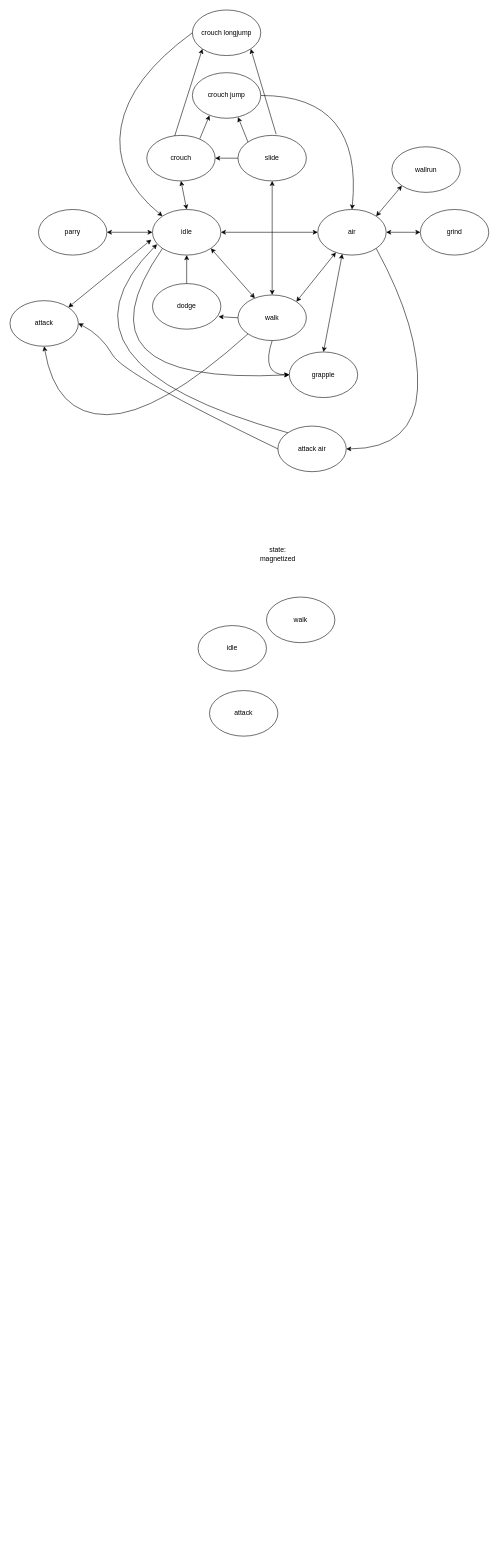
Before: page "State Mashine" (5 of 6) of Flowcharts&Diagrams.drawio in SockSteve/IAmUsingForce, a draw.io diagram. Source tidied: cells renumbered, new cells numbered last; positions are measured from the earlier drawing's top-left corner, leaving out a move shared by most shapes. Both pictures are drawn from the tidied source at 57%, with x=0, y=0 at pixel (10, 10).
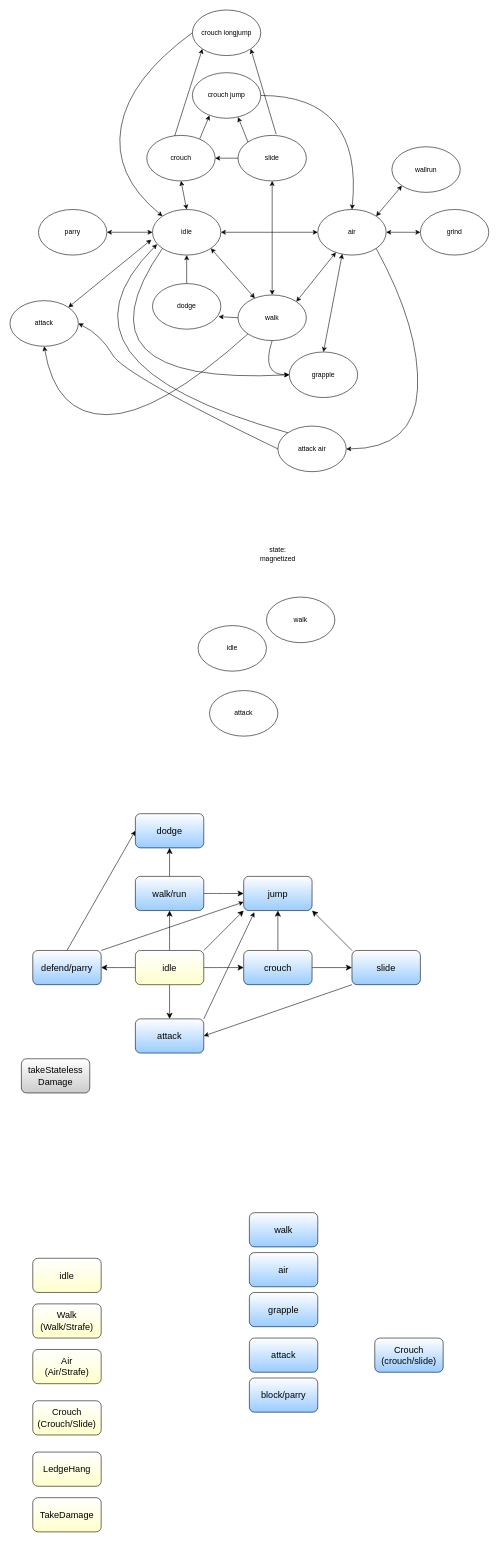
After the change.

Diff of the diagram source:
```diff
@@
+    <mxCell id="45" style="edgeStyle=none;curved=1;rounded=0;jettySize=auto;html=1;exitX=1;exitY=0;exitDx=0;exitDy=0;entryX=0;entryY=1;entryDx=0;entryDy=0;fontSize=12;startSize=8;endSize=8;" parent="1" edge="1" source="50" target="65">
+      <mxGeometry relative="1" as="geometry" />
+    </mxCell>
+    <mxCell id="46" style="edgeStyle=none;curved=1;rounded=0;jettySize=auto;html=1;exitX=0.5;exitY=1;exitDx=0;exitDy=0;entryX=0.5;entryY=0;entryDx=0;entryDy=0;fontSize=12;startSize=8;endSize=8;" parent="1" edge="1" source="50" target="57">
+      <mxGeometry relative="1" as="geometry" />
+    </mxCell>
+    <mxCell id="47" style="edgeStyle=none;curved=1;rounded=0;jettySize=auto;html=1;exitX=0;exitY=0.5;exitDx=0;exitDy=0;entryX=1;entryY=0.5;entryDx=0;entryDy=0;fontSize=12;startSize=8;endSize=8;" parent="1" edge="1" source="50" target="60">
+      <mxGeometry relative="1" as="geometry" />
+    </mxCell>
+    <mxCell id="48" style="edgeStyle=none;curved=1;rounded=0;jettySize=auto;html=1;exitX=1;exitY=0.5;exitDx=0;exitDy=0;fontSize=12;startSize=8;endSize=8;" parent="1" edge="1" source="50" target="56">
+      <mxGeometry relative="1" as="geometry" />
+    </mxCell>
+    <mxCell id="49" style="edgeStyle=none;curved=1;rounded=0;jettySize=auto;html=1;exitX=0.5;exitY=0;exitDx=0;exitDy=0;entryX=0.5;entryY=1;entryDx=0;entryDy=0;fontSize=12;startSize=8;endSize=8;" parent="1" edge="1" source="50" target="53">
+      <mxGeometry relative="1" as="geometry" />
+    </mxCell>
+    <mxCell id="50" value="idle" style="rounded=1;whiteSpace=wrap;html=1;fontSize=16;gradientColor=#FFFFCC;" parent="1" vertex="1">
+      <mxGeometry x="220" y="1650" width="120" height="60" as="geometry" />
+    </mxCell>
+    <mxCell id="51" style="edgeStyle=none;curved=1;rounded=0;jettySize=auto;html=1;exitX=1;exitY=0.5;exitDx=0;exitDy=0;entryX=0;entryY=0.5;entryDx=0;entryDy=0;fontSize=12;startSize=8;endSize=8;" parent="1" edge="1" source="53" target="65">
+      <mxGeometry relative="1" as="geometry" />
+    </mxCell>
+    <mxCell id="52" style="edgeStyle=none;curved=1;rounded=0;jettySize=auto;html=1;exitX=0.5;exitY=0;exitDx=0;exitDy=0;entryX=0.5;entryY=1;entryDx=0;entryDy=0;fontSize=12;startSize=8;endSize=8;" parent="1" edge="1" source="53" target="61">
+      <mxGeometry relative="1" as="geometry" />
+    </mxCell>
+    <mxCell id="53" value="walk/run" style="rounded=1;whiteSpace=wrap;html=1;fontSize=16;gradientColor=#99CCFF;" parent="1" vertex="1">
+      <mxGeometry x="220" y="1520" width="120" height="60" as="geometry" />
+    </mxCell>
+    <mxCell id="54" style="edgeStyle=none;curved=1;rounded=0;jettySize=auto;html=1;exitX=0.5;exitY=0;exitDx=0;exitDy=0;entryX=0.5;entryY=1;entryDx=0;entryDy=0;fontSize=12;startSize=8;endSize=8;" parent="1" edge="1" source="56" target="65">
+      <mxGeometry relative="1" as="geometry" />
+    </mxCell>
+    <mxCell id="55" style="edgeStyle=none;curved=1;rounded=0;jettySize=auto;html=1;exitX=1;exitY=0.5;exitDx=0;exitDy=0;entryX=0;entryY=0.5;entryDx=0;entryDy=0;fontSize=12;startSize=8;endSize=8;" parent="1" edge="1" source="56" target="64">
+      <mxGeometry relative="1" as="geometry" />
+    </mxCell>
+    <mxCell id="56" value="crouch" style="rounded=1;whiteSpace=wrap;html=1;fontSize=16;gradientColor=#99CCFF;" parent="1" vertex="1">
+      <mxGeometry x="410" y="1650" width="120" height="60" as="geometry" />
+    </mxCell>
+    <mxCell id="57" value="attack" style="rounded=1;whiteSpace=wrap;html=1;fontSize=16;gradientColor=#99CCFF;" parent="1" vertex="1">
+      <mxGeometry x="220" y="1770" width="120" height="60" as="geometry" />
+    </mxCell>
+    <mxCell id="58" style="rounded=0;jettySize=auto;html=1;exitX=1;exitY=0;exitDx=0;exitDy=0;entryX=0;entryY=0.75;entryDx=0;entryDy=0;" parent="1" edge="1" source="60" target="65">
+      <mxGeometry relative="1" as="geometry" />
+    </mxCell>
+    <mxCell id="59" style="rounded=0;jettySize=auto;html=1;exitX=0.5;exitY=0;exitDx=0;exitDy=0;entryX=0;entryY=0.5;entryDx=0;entryDy=0;" parent="1" edge="1" source="60" target="61">
+      <mxGeometry relative="1" as="geometry" />
+    </mxCell>
+    <mxCell id="60" value="defend/parry" style="rounded=1;whiteSpace=wrap;html=1;fontSize=16;gradientColor=#99CCFF;" parent="1" vertex="1">
+      <mxGeometry x="40" y="1650" width="120" height="60" as="geometry" />
+    </mxCell>
+    <mxCell id="61" value="dodge" style="rounded=1;whiteSpace=wrap;html=1;fontSize=16;gradientColor=#99CCFF;" parent="1" vertex="1">
+      <mxGeometry x="220" y="1410" width="120" height="60" as="geometry" />
+    </mxCell>
+    <mxCell id="62" style="edgeStyle=none;curved=1;rounded=0;jettySize=auto;html=1;exitX=0;exitY=0;exitDx=0;exitDy=0;entryX=1;entryY=1;entryDx=0;entryDy=0;fontSize=12;startSize=8;endSize=8;" parent="1" edge="1" source="64" target="65">
+      <mxGeometry relative="1" as="geometry" />
+    </mxCell>
+    <mxCell id="63" style="rounded=0;jettySize=auto;html=1;exitX=0;exitY=1;exitDx=0;exitDy=0;entryX=1;entryY=0.5;entryDx=0;entryDy=0;" parent="1" edge="1" source="64" target="57">
+      <mxGeometry relative="1" as="geometry" />
+    </mxCell>
+    <mxCell id="64" value="slide" style="rounded=1;whiteSpace=wrap;html=1;fontSize=16;gradientColor=#99CCFF;" parent="1" vertex="1">
+      <mxGeometry x="600" y="1650" width="120" height="60" as="geometry" />
+    </mxCell>
+    <mxCell id="65" value="jump" style="rounded=1;whiteSpace=wrap;html=1;fontSize=16;gradientColor=#99CCFF;" parent="1" vertex="1">
+      <mxGeometry x="410" y="1520" width="120" height="60" as="geometry" />
+    </mxCell>
+    <mxCell id="66" style="rounded=0;jettySize=auto;html=1;exitX=1;exitY=0;exitDx=0;exitDy=0;entryX=0.156;entryY=1.049;entryDx=0;entryDy=0;entryPerimeter=0;" parent="1" edge="1" source="57" target="65">
+      <mxGeometry relative="1" as="geometry" />
+    </mxCell>
+    <mxCell id="67" value="idle" style="rounded=1;whiteSpace=wrap;html=1;fontSize=16;gradientColor=#FFFFCC;" parent="1" vertex="1">
+      <mxGeometry x="40" y="2190" width="120" height="60" as="geometry" />
+    </mxCell>
+    <mxCell id="68" value="Crouch&lt;br&gt;(crouch/slide)" style="rounded=1;whiteSpace=wrap;html=1;fontSize=16;gradientColor=#99CCFF;" parent="1" vertex="1">
+      <mxGeometry x="640" y="2330" width="120" height="60" as="geometry" />
+    </mxCell>
+    <mxCell id="69" value="Crouch&lt;br&gt;(Crouch/Slide)" style="rounded=1;whiteSpace=wrap;html=1;fontSize=16;gradientColor=#FFFFCC;" parent="1" vertex="1">
+      <mxGeometry x="40" y="2440" width="120" height="60" as="geometry" />
+    </mxCell>
+    <mxCell id="70" value="Walk&lt;br&gt;(Walk/Strafe)" style="rounded=1;whiteSpace=wrap;html=1;fontSize=16;gradientColor=#FFFFCC;" parent="1" vertex="1">
+      <mxGeometry x="40" y="2270" width="120" height="60" as="geometry" />
+    </mxCell>
+    <mxCell id="71" value="Air&lt;br&gt;(Air/Strafe)" style="rounded=1;whiteSpace=wrap;html=1;fontSize=16;gradientColor=#FFFFCC;" parent="1" vertex="1">
+      <mxGeometry x="40" y="2350" width="120" height="60" as="geometry" />
+    </mxCell>
+    <mxCell id="72" value="LedgeHang" style="rounded=1;whiteSpace=wrap;html=1;fontSize=16;gradientColor=#FFFFCC;" parent="1" vertex="1">
+      <mxGeometry x="40" y="2530" width="120" height="60" as="geometry" />
+    </mxCell>
+    <mxCell id="73" value="TakeDamage" style="rounded=1;whiteSpace=wrap;html=1;fontSize=16;gradientColor=#FFFFCC;" parent="1" vertex="1">
+      <mxGeometry x="40" y="2610" width="120" height="60" as="geometry" />
+    </mxCell>
+    <mxCell id="74" value="takeStateless&lt;br&gt;Damage" style="rounded=1;whiteSpace=wrap;html=1;fontSize=16;gradientColor=#CCCCCC;" parent="1" vertex="1">
+      <mxGeometry x="20" y="1840" width="120" height="60" as="geometry" />
+    </mxCell>
+    <mxCell id="75" value="walk" style="rounded=1;whiteSpace=wrap;html=1;fontSize=16;gradientColor=#99CCFF;" parent="1" vertex="1">
+      <mxGeometry x="420" y="2110" width="120" height="60" as="geometry" />
+    </mxCell>
+    <mxCell id="76" value="air" style="rounded=1;whiteSpace=wrap;html=1;fontSize=16;gradientColor=#99CCFF;" parent="1" vertex="1">
+      <mxGeometry x="420" y="2180" width="120" height="60" as="geometry" />
+    </mxCell>
+    <mxCell id="77" value="grapple" style="rounded=1;whiteSpace=wrap;html=1;fontSize=16;gradientColor=#99CCFF;" parent="1" vertex="1">
+      <mxGeometry x="420" y="2250" width="120" height="60" as="geometry" />
+    </mxCell>
+    <mxCell id="78" value="attack" style="rounded=1;whiteSpace=wrap;html=1;fontSize=16;gradientColor=#99CCFF;" parent="1" vertex="1">
+      <mxGeometry x="420" y="2330" width="120" height="60" as="geometry" />
+    </mxCell>
+    <mxCell id="79" value="block/parry" style="rounded=1;whiteSpace=wrap;html=1;fontSize=16;gradientColor=#99CCFF;" parent="1" vertex="1">
+      <mxGeometry x="420" y="2400" width="120" height="60" as="geometry" />
+    </mxCell>
```
